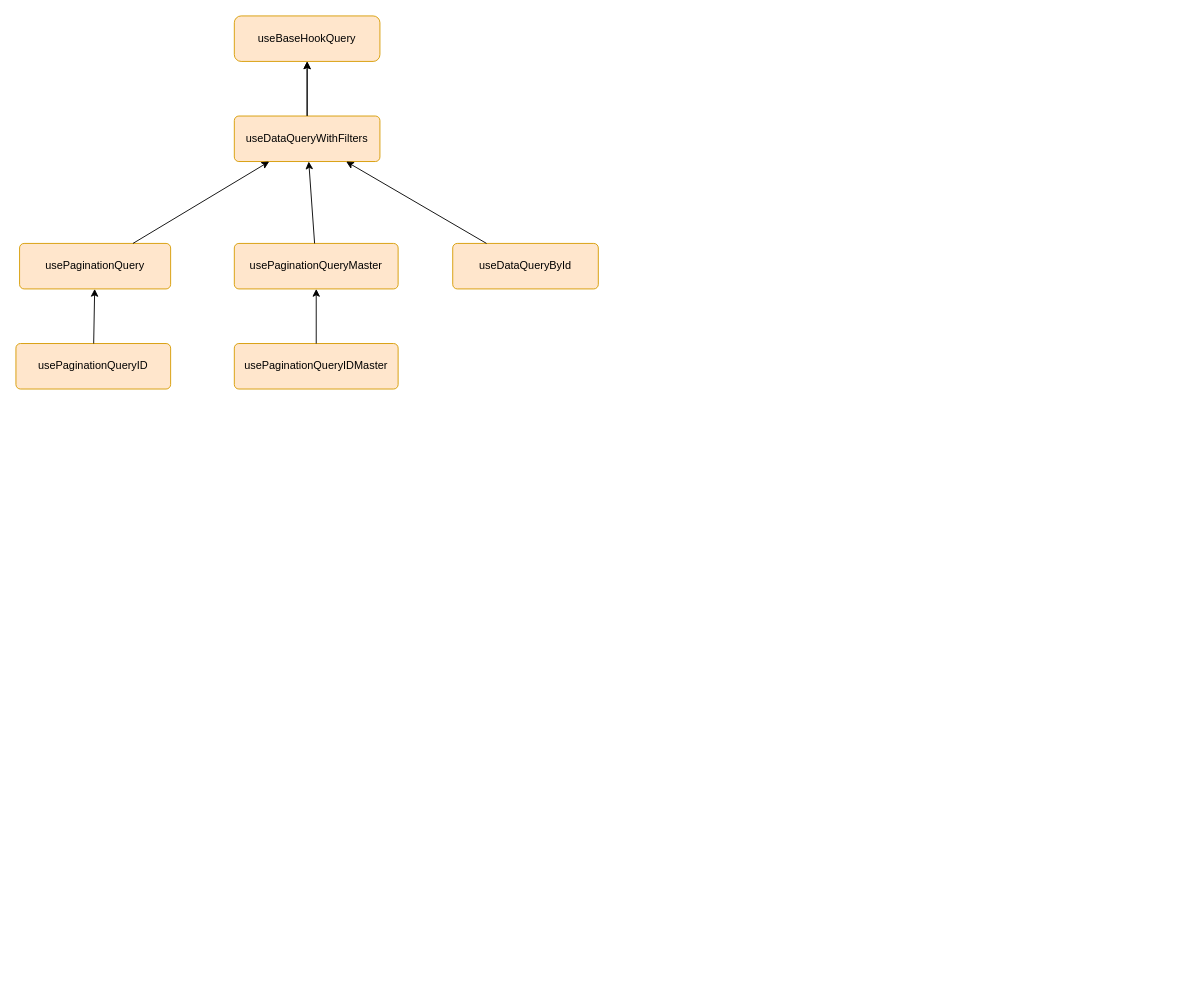
Above: Diagrama sin título.drawio in gamboacarlos/preview-test (draw.io), before the change. Source tidied: cells renumbered, new cells numbered last; positions are measured from the earlier drawing's top-left corner, leaving out a move shared by most shapes. Both pictures are drawn from the tidied source at 91%, with x=0, y=0 at pixel (15, 15).
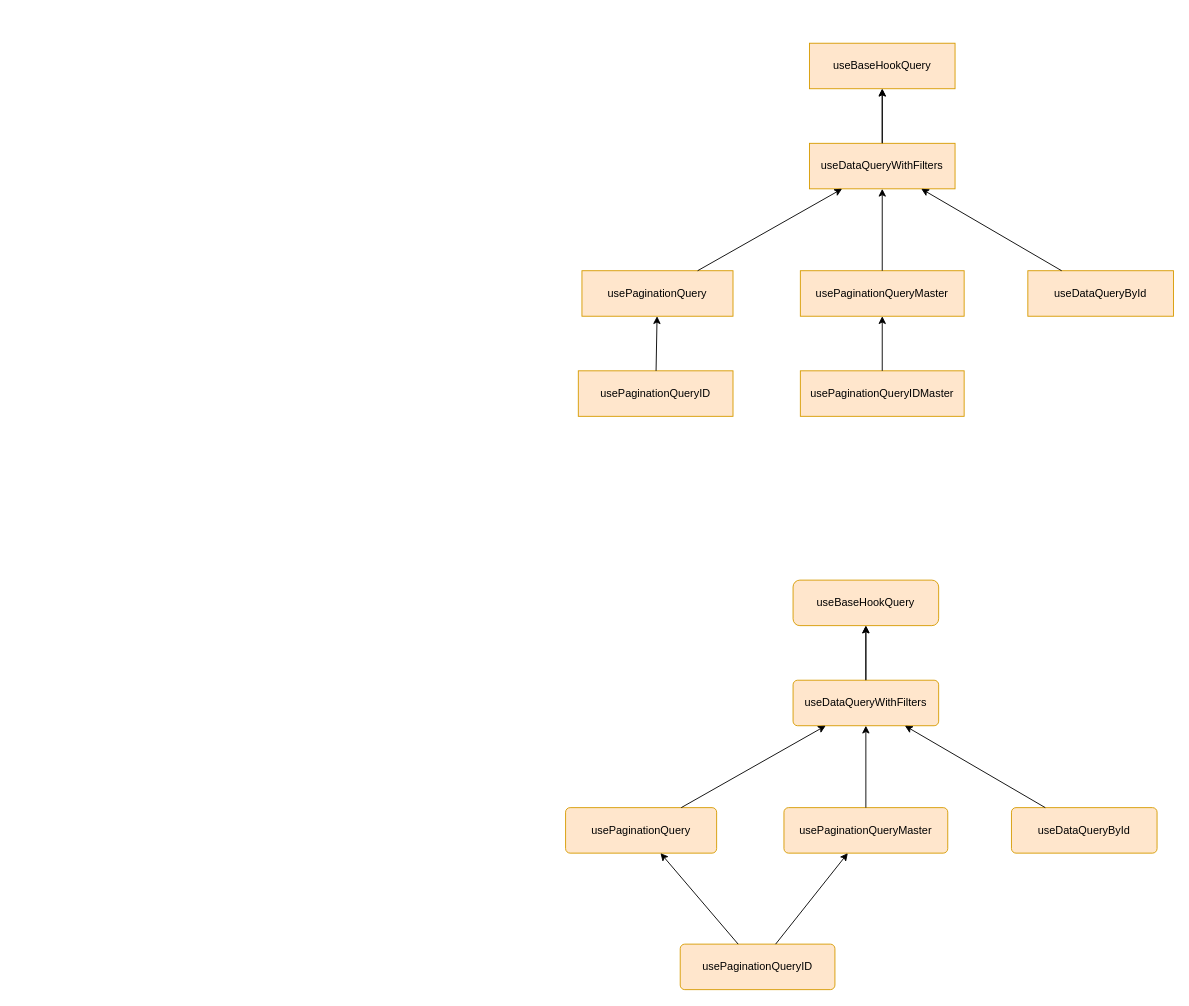
The same page after the edit.

Diff of the diagram source:
```diff
@@
-    <mxCell id="2" value="useBaseHookQuery" style="rounded=1;whiteSpace=wrap;html=1;fontSize=12;glass=0;strokeWidth=1;shadow=0;fillColor=#ffe6cc;strokeColor=#d79b00;" parent="1" vertex="1">
-      <mxGeometry x="240" width="160" height="50" as="geometry" />
+    <mxCell id="2" value="useBaseHookQuery" style="rounded=0;whiteSpace=wrap;html=1;fontSize=12;glass=0;strokeWidth=1;shadow=0;fillColor=#ffe6cc;strokeColor=#d79b00;" parent="1" vertex="1">
+      <mxGeometry x="872" y="30" width="160" height="50" as="geometry" />
     </mxCell>
@@
-    <mxCell id="4" value="useDataQueryWithFilters" style="rounded=1;whiteSpace=wrap;html=1;fontSize=12;glass=0;strokeWidth=1;shadow=0;arcSize=10;fillColor=#ffe6cc;strokeColor=#d79b00;" parent="1" vertex="1">
-      <mxGeometry x="240" y="110" width="160" height="50" as="geometry" />
+    <mxCell id="4" value="useDataQueryWithFilters" style="rounded=0;whiteSpace=wrap;html=1;fontSize=12;glass=0;strokeWidth=1;shadow=0;arcSize=10;fillColor=#ffe6cc;strokeColor=#d79b00;" parent="1" vertex="1">
+      <mxGeometry x="872" y="140" width="160" height="50" as="geometry" />
     </mxCell>
@@
-    <mxCell id="6" value="usePaginationQuery" style="rounded=1;whiteSpace=wrap;html=1;fontSize=12;glass=0;strokeWidth=1;shadow=0;arcSize=10;fillColor=#ffe6cc;strokeColor=#d79b00;" parent="1" vertex="1">
-      <mxGeometry x="4" y="250" width="166" height="50" as="geometry" />
+    <mxCell id="6" value="usePaginationQuery" style="rounded=0;whiteSpace=wrap;html=1;fontSize=12;glass=0;strokeWidth=1;shadow=0;arcSize=10;fillColor=#ffe6cc;strokeColor=#d79b00;" parent="1" vertex="1">
+      <mxGeometry x="622" y="280" width="166" height="50" as="geometry" />
     </mxCell>
@@
-    <mxCell id="8" value="usePaginationQueryMaster" style="rounded=1;whiteSpace=wrap;html=1;fontSize=12;glass=0;strokeWidth=1;shadow=0;arcSize=10;fillColor=#ffe6cc;strokeColor=#d79b00;" parent="1" vertex="1">
-      <mxGeometry x="240" y="250" width="180" height="50" as="geometry" />
+    <mxCell id="8" value="usePaginationQueryMaster" style="rounded=0;whiteSpace=wrap;html=1;fontSize=12;glass=0;strokeWidth=1;shadow=0;arcSize=10;fillColor=#ffe6cc;strokeColor=#d79b00;" parent="1" vertex="1">
+      <mxGeometry x="862" y="280" width="180" height="50" as="geometry" />
     </mxCell>
-    <mxCell id="9" value="useDataQueryById" style="rounded=1;whiteSpace=wrap;html=1;fontSize=12;glass=0;strokeWidth=1;shadow=0;arcSize=10;fillColor=#ffe6cc;strokeColor=#d79b00;" parent="1" vertex="1">
-      <mxGeometry x="480" y="250" width="160" height="50" as="geometry" />
+    <mxCell id="9" value="useDataQueryById" style="rounded=0;whiteSpace=wrap;html=1;fontSize=12;glass=0;strokeWidth=1;shadow=0;arcSize=10;fillColor=#ffe6cc;strokeColor=#d79b00;" parent="1" vertex="1">
+      <mxGeometry x="1112" y="280" width="160" height="50" as="geometry" />
     </mxCell>
@@
-    <mxCell id="11" value="usePaginationQueryID" style="rounded=1;whiteSpace=wrap;html=1;fontSize=12;glass=0;strokeWidth=1;shadow=0;arcSize=10;fillColor=#ffe6cc;strokeColor=#d79b00;" parent="1" vertex="1">
-      <mxGeometry y="360" width="170" height="50" as="geometry" />
+    <mxCell id="11" value="usePaginationQueryID" style="rounded=0;whiteSpace=wrap;html=1;fontSize=12;glass=0;strokeWidth=1;shadow=0;arcSize=10;fillColor=#ffe6cc;strokeColor=#d79b00;" parent="1" vertex="1">
+      <mxGeometry x="618" y="390" width="170" height="50" as="geometry" />
     </mxCell>
-    <mxCell id="12" value="usePaginationQueryIDMaster" style="rounded=1;whiteSpace=wrap;html=1;fontSize=12;glass=0;strokeWidth=1;shadow=0;arcSize=10;fillColor=#ffe6cc;strokeColor=#d79b00;" parent="1" vertex="1">
-      <mxGeometry x="240" y="360" width="180" height="50" as="geometry" />
+    <mxCell id="12" value="usePaginationQueryIDMaster" style="rounded=0;whiteSpace=wrap;html=1;fontSize=12;glass=0;strokeWidth=1;shadow=0;arcSize=10;fillColor=#ffe6cc;strokeColor=#d79b00;" parent="1" vertex="1">
+      <mxGeometry x="862" y="390" width="180" height="50" as="geometry" />
     </mxCell>
@@
+    <mxCell id="16" value="useBaseHookQuery" style="rounded=1;whiteSpace=wrap;html=1;fontSize=12;glass=0;strokeWidth=1;shadow=0;fillColor=#ffe6cc;strokeColor=#d79b00;" parent="1" vertex="1">
+      <mxGeometry x="854" y="620" width="160" height="50" as="geometry" />
+    </mxCell>
+    <mxCell id="17" style="edgeStyle=none;rounded=0;jettySize=auto;html=1;" parent="1" edge="1" source="18" target="16">
+      <mxGeometry relative="1" as="geometry" />
+    </mxCell>
+    <mxCell id="18" value="useDataQueryWithFilters" style="rounded=1;whiteSpace=wrap;html=1;fontSize=12;glass=0;strokeWidth=1;shadow=0;arcSize=10;fillColor=#ffe6cc;strokeColor=#d79b00;" parent="1" vertex="1">
+      <mxGeometry x="854" y="730" width="160" height="50" as="geometry" />
+    </mxCell>
+    <mxCell id="19" style="endArrow=classic;html=1;rounded=0;" parent="1" edge="1" source="18" target="16">
+      <mxGeometry relative="1" as="geometry" />
+    </mxCell>
+    <mxCell id="20" value="usePaginationQuery" style="rounded=1;whiteSpace=wrap;html=1;fontSize=12;glass=0;strokeWidth=1;shadow=0;arcSize=10;fillColor=#ffe6cc;strokeColor=#d79b00;" parent="1" vertex="1">
+      <mxGeometry x="604" y="870" width="166" height="50" as="geometry" />
+    </mxCell>
+    <mxCell id="21" style="endArrow=classic;html=1;rounded=0;" parent="1" edge="1" source="20" target="18">
+      <mxGeometry relative="1" as="geometry" />
+    </mxCell>
+    <mxCell id="22" value="usePaginationQueryMaster" style="rounded=1;whiteSpace=wrap;html=1;fontSize=12;glass=0;strokeWidth=1;shadow=0;arcSize=10;fillColor=#ffe6cc;strokeColor=#d79b00;" parent="1" vertex="1">
+      <mxGeometry x="844" y="870" width="180" height="50" as="geometry" />
+    </mxCell>
+    <mxCell id="23" value="useDataQueryById" style="rounded=1;whiteSpace=wrap;html=1;fontSize=12;glass=0;strokeWidth=1;shadow=0;arcSize=10;fillColor=#ffe6cc;strokeColor=#d79b00;" parent="1" vertex="1">
+      <mxGeometry x="1094" y="870" width="160" height="50" as="geometry" />
+    </mxCell>
+    <mxCell id="24" style="endArrow=classic;html=1;rounded=0;" parent="1" edge="1" source="23" target="18">
+      <mxGeometry relative="1" as="geometry" />
+    </mxCell>
+    <mxCell id="25" value="usePaginationQueryID" style="rounded=1;whiteSpace=wrap;html=1;fontSize=12;glass=0;strokeWidth=1;shadow=0;arcSize=10;fillColor=#ffe6cc;strokeColor=#d79b00;" parent="1" vertex="1">
+      <mxGeometry x="730" y="1020" width="170" height="50" as="geometry" />
+    </mxCell>
+    <mxCell id="26" style="endArrow=classic;html=1;rounded=0;" parent="1" edge="1" source="25" target="20">
+      <mxGeometry relative="1" as="geometry" />
+    </mxCell>
+    <mxCell id="27" style="endArrow=classic;html=1;rounded=0;" parent="1" edge="1" source="22" target="18">
+      <mxGeometry relative="1" as="geometry" />
+    </mxCell>
+    <mxCell id="28" style="endArrow=classic;html=1;rounded=0;" parent="1" edge="1" source="25" target="22">
+      <mxGeometry relative="1" as="geometry" />
+    </mxCell>
```
